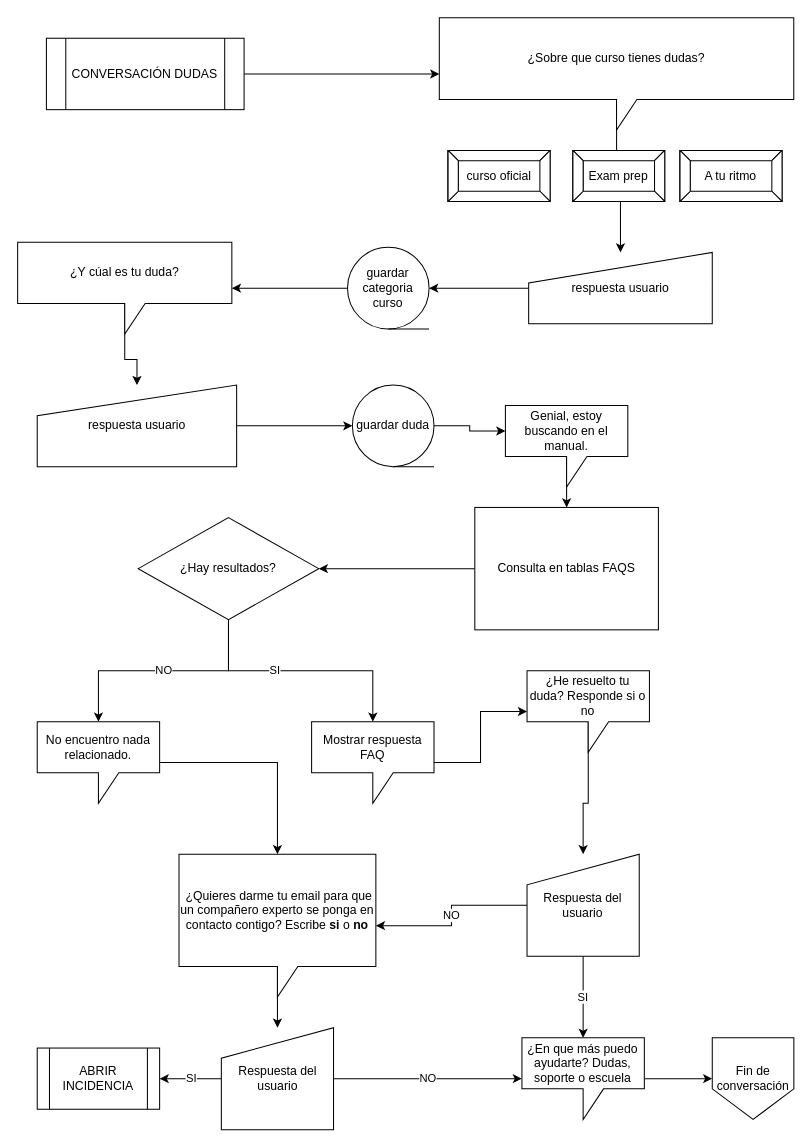
This is page "Página-2" (2 of 2) of chatbotTE.drawio from carlosromero/chatbotworkflowte, a draw.io file, before an edit. Source tidied: cells renumbered, new cells numbered last; positions are measured from the earlier drawing's top-left corner, leaving out a move shared by most shapes. Both pictures are drawn from the tidied source at 102%, with x=0, y=0 at pixel (17, 17).
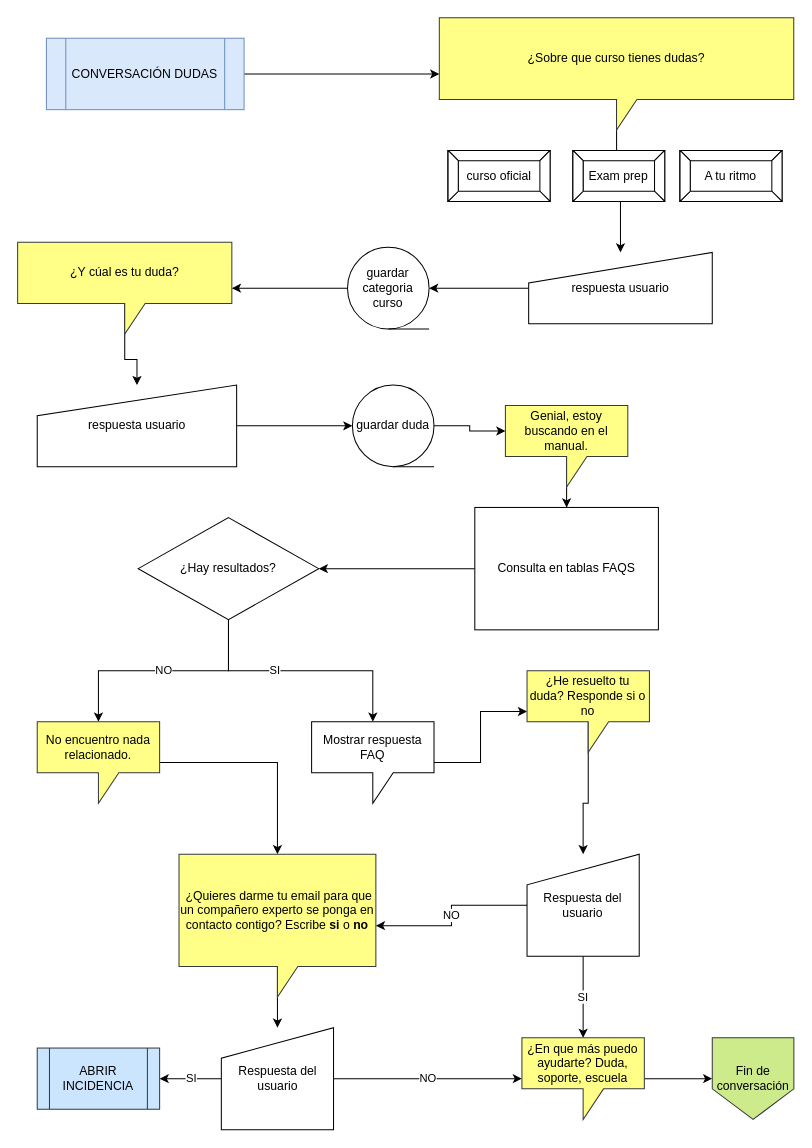
The same diagram, later.

The edit, as a diff of the source:
```diff
@@
-    <mxCell id="3" value="¿Sobre que curso tienes dudas?" style="shape=callout;whiteSpace=wrap;html=1;perimeter=calloutPerimeter;" parent="1" vertex="1">
+    <mxCell id="3" value="¿Sobre que curso tienes dudas?" style="shape=callout;whiteSpace=wrap;html=1;perimeter=calloutPerimeter;fillColor=#ffff88;strokeColor=#36393d;" parent="1" vertex="1">
       <mxGeometry x="413.2" width="347.5" height="110" as="geometry" />
     </mxCell>
@@
-    <mxCell id="10" value="&lt;div&gt;&lt;p&gt;¿Y cúal es tu duda?&lt;/p&gt;&lt;/div&gt;" style="shape=callout;whiteSpace=wrap;html=1;perimeter=calloutPerimeter;" parent="1" vertex="1">
+    <mxCell id="10" value="&lt;div&gt;&lt;p&gt;¿Y cúal es tu duda?&lt;/p&gt;&lt;/div&gt;" style="shape=callout;whiteSpace=wrap;html=1;perimeter=calloutPerimeter;fillColor=#ffff88;strokeColor=#36393d;" parent="1" vertex="1">
       <mxGeometry x="-0.2" y="220" width="210" height="90" as="geometry" />
     </mxCell>
@@
-    <mxCell id="26" value="¿He resuelto tu duda? Responde si o no" style="shape=callout;whiteSpace=wrap;html=1;perimeter=calloutPerimeter;" parent="1" vertex="1">
+    <mxCell id="26" value="¿He resuelto tu duda? Responde si o no" style="shape=callout;whiteSpace=wrap;html=1;perimeter=calloutPerimeter;fillColor=#ffff88;strokeColor=#36393d;" parent="1" vertex="1">
       <mxGeometry x="499.2" y="640" width="120" height="80" as="geometry" />
     </mxCell>
@@
-    <mxCell id="31" value="No encuentro nada relacionado." style="shape=callout;whiteSpace=wrap;html=1;perimeter=calloutPerimeter;" parent="1" vertex="1">
+    <mxCell id="31" value="No encuentro nada relacionado." style="shape=callout;whiteSpace=wrap;html=1;perimeter=calloutPerimeter;fillColor=#ffff88;strokeColor=#36393d;" parent="1" vertex="1">
       <mxGeometry x="19" y="690" width="120" height="80" as="geometry" />
     </mxCell>
@@
-    <mxCell id="33" value="&lt;div&gt;&amp;nbsp;¿Quieres darme tu email para que un compañero experto se ponga en contacto contigo? Escribe &lt;b&gt;si&lt;/b&gt; o &lt;b&gt;no&lt;/b&gt;&lt;/div&gt;" style="shape=callout;whiteSpace=wrap;html=1;perimeter=calloutPerimeter;" parent="1" vertex="1">
+    <mxCell id="33" value="&lt;div&gt;&amp;nbsp;¿Quieres darme tu email para que un compañero experto se ponga en contacto contigo? Escribe &lt;b&gt;si&lt;/b&gt; o &lt;b&gt;no&lt;/b&gt;&lt;/div&gt;" style="shape=callout;whiteSpace=wrap;html=1;perimeter=calloutPerimeter;fillColor=#ffff88;strokeColor=#36393d;" parent="1" vertex="1">
       <mxGeometry x="158" y="820" width="193" height="140" as="geometry" />
     </mxCell>
@@
-    <mxCell id="35" value="Genial, estoy buscando en el manual." style="shape=callout;whiteSpace=wrap;html=1;perimeter=calloutPerimeter;" parent="1" vertex="1">
+    <mxCell id="35" value="Genial, estoy buscando en el manual." style="shape=callout;whiteSpace=wrap;html=1;perimeter=calloutPerimeter;fillColor=#ffff88;strokeColor=#36393d;" parent="1" vertex="1">
       <mxGeometry x="478" y="380" width="120" height="80" as="geometry" />
     </mxCell>
@@
-    <mxCell id="37" value="CONVERSACIÓN DUDAS" style="shape=process;whiteSpace=wrap;html=1;backgroundOutline=1;" parent="1" vertex="1">
+    <mxCell id="37" value="CONVERSACIÓN DUDAS" style="shape=process;whiteSpace=wrap;html=1;backgroundOutline=1;fillColor=#dae8fc;strokeColor=#6c8ebf;" parent="1" vertex="1">
       <mxGeometry x="28" y="20" width="193.8" height="70" as="geometry" />
     </mxCell>
-    <mxCell id="38" value="ABRIR INCIDENCIA" style="shape=process;whiteSpace=wrap;html=1;backgroundOutline=1;" parent="1" vertex="1">
+    <mxCell id="38" value="ABRIR INCIDENCIA" style="shape=process;whiteSpace=wrap;html=1;backgroundOutline=1;fillColor=#cce5ff;strokeColor=#36393d;" parent="1" vertex="1">
       <mxGeometry x="19" y="1010" width="120" height="60" as="geometry" />
     </mxCell>
@@
-    <mxCell id="40" value="¿En que más puedo ayudarte? Dudas, soporte o escuela" style="shape=callout;whiteSpace=wrap;html=1;perimeter=calloutPerimeter;" parent="1" vertex="1">
+    <mxCell id="40" value="¿En que más puedo ayudarte? Duda, soporte, escuela" style="shape=callout;whiteSpace=wrap;html=1;perimeter=calloutPerimeter;fillColor=#ffff88;strokeColor=#36393d;" parent="1" vertex="1">
       <mxGeometry x="494.2" y="1000" width="120" height="80" as="geometry" />
     </mxCell>
-    <mxCell id="41" value="Fin de conversación " style="shape=offPageConnector;whiteSpace=wrap;html=1;" parent="1" vertex="1">
+    <mxCell id="41" value="Fin de conversación " style="shape=offPageConnector;whiteSpace=wrap;html=1;fillColor=#cdeb8b;strokeColor=#36393d;" parent="1" vertex="1">
       <mxGeometry x="680.8" y="1000" width="80" height="80" as="geometry" />
     </mxCell>
```
